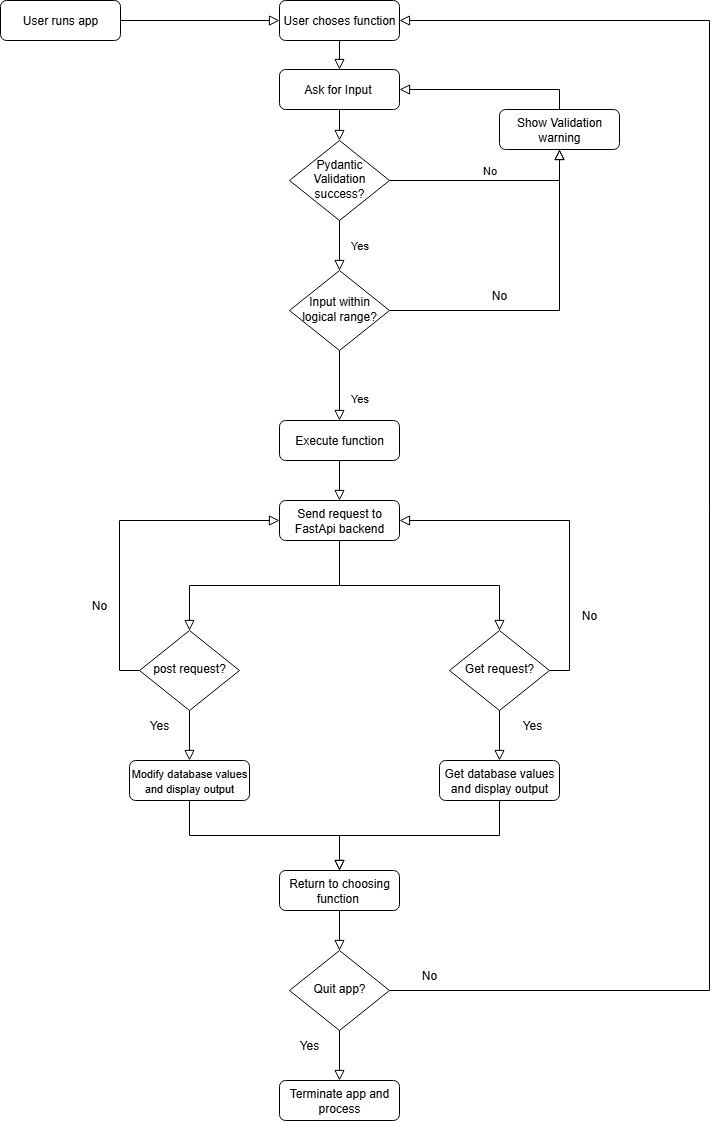
This is MINIASSIGNMENT.drawio.png from BOOBLYBOOPLE/ManagementAssignment, a draw.io export, as it was before one commit. Source tidied: cells renumbered, new cells last; positions are measured from the earlier drawing's top-left corner, leaving out a move shared by most shapes.
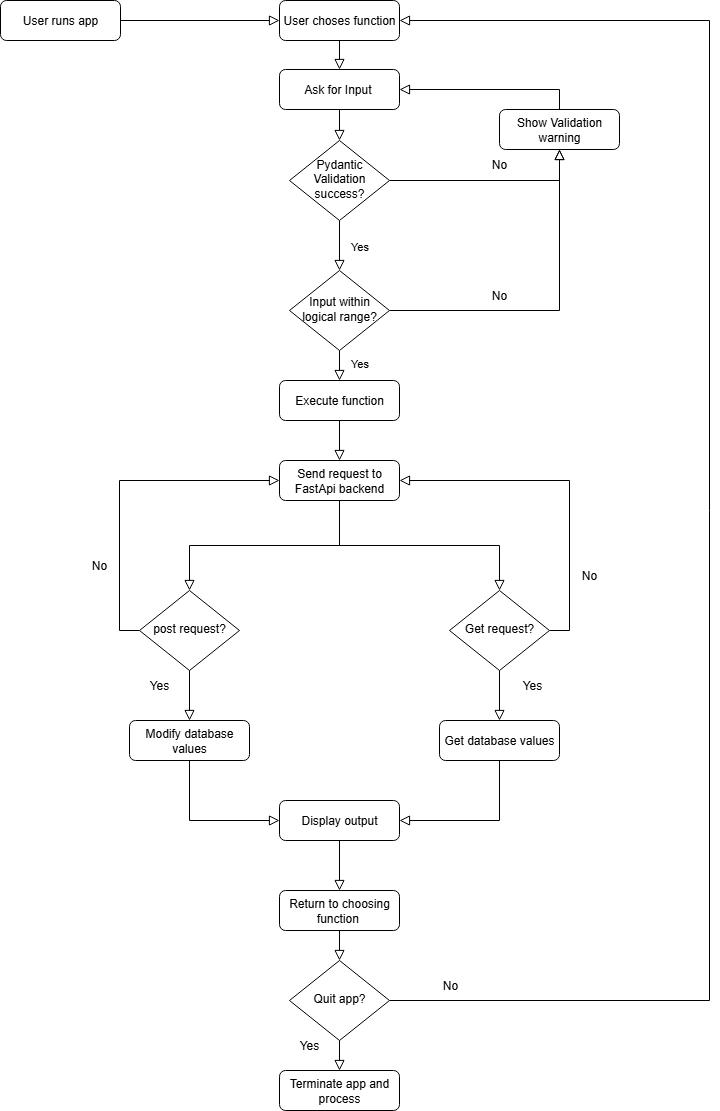
The same diagram one commit later.

What changed in the source:
```diff
@@ -3,19 +3,19 @@
     <mxCell id="0" />
     <mxCell id="1" parent="0" />
     <mxCell id="2" value="Ask for Input&amp;nbsp;" style="rounded=1;whiteSpace=wrap;html=1;fontSize=12;glass=0;strokeWidth=1;shadow=0;" parent="1" vertex="1">
-      <mxGeometry x="279" y="69" width="120" height="40" as="geometry" />
+      <mxGeometry x="288" y="88" width="120" height="40" as="geometry" />
     </mxCell>
     <mxCell id="3" value="Yes" style="rounded=0;html=1;jettySize=auto;fontSize=11;endArrow=block;endFill=0;endSize=8;strokeWidth=1;shadow=0;labelBackgroundColor=none;edgeStyle=orthogonalEdgeStyle;entryX=0.5;entryY=0;entryDx=0;entryDy=0;" parent="1" edge="1" source="5" target="9">
       <mxGeometry y="20" relative="1" as="geometry" />
     </mxCell>
-    <mxCell id="4" value="No" style="edgeStyle=orthogonalEdgeStyle;rounded=0;html=1;jettySize=auto;fontSize=11;endArrow=block;endFill=0;endSize=8;strokeWidth=1;shadow=0;labelBackgroundColor=none;entryX=0.5;entryY=1;entryDx=0;entryDy=0;" parent="1" edge="1" source="5" target="17">
+    <mxCell id="4" style="edgeStyle=orthogonalEdgeStyle;rounded=0;html=1;jettySize=auto;fontSize=11;endArrow=block;endFill=0;endSize=8;strokeWidth=1;shadow=0;labelBackgroundColor=none;entryX=0.5;entryY=1;entryDx=0;entryDy=0;" parent="1" edge="1" source="5" target="17">
       <mxGeometry y="10" relative="1" as="geometry" />
     </mxCell>
     <mxCell id="5" value="&lt;div&gt;Pydantic&lt;/div&gt;Validation success?" style="rhombus;whiteSpace=wrap;html=1;shadow=0;fontFamily=Helvetica;fontSize=12;align=center;strokeWidth=1;spacing=6;spacingTop=-4;" parent="1" vertex="1">
-      <mxGeometry x="289" y="140" width="100" height="80" as="geometry" />
+      <mxGeometry x="298" y="159" width="100" height="80" as="geometry" />
     </mxCell>
     <mxCell id="6" value="Send request to FastApi backend" style="rounded=1;whiteSpace=wrap;html=1;fontSize=12;glass=0;strokeWidth=1;shadow=0;" parent="1" vertex="1">
-      <mxGeometry x="279" y="500" width="120" height="40" as="geometry" />
+      <mxGeometry x="288" y="479" width="120" height="40" as="geometry" />
     </mxCell>
     <mxCell id="7" value="Yes" style="rounded=0;html=1;jettySize=auto;fontSize=11;endArrow=block;endFill=0;endSize=8;strokeWidth=1;shadow=0;labelBackgroundColor=none;edgeStyle=orthogonalEdgeStyle;" parent="1" edge="1" source="9" target="10">
       <mxGeometry x="0.33" y="20" relative="1" as="geometry" />
@@ -24,19 +24,19 @@
       <mxGeometry y="10" relative="1" as="geometry" />
     </mxCell>
     <mxCell id="9" value="Input within logical range?" style="rhombus;whiteSpace=wrap;html=1;shadow=0;fontFamily=Helvetica;fontSize=12;align=center;strokeWidth=1;spacing=6;spacingTop=-4;" parent="1" vertex="1">
-      <mxGeometry x="289" y="270" width="100" height="80" as="geometry" />
+      <mxGeometry x="298" y="289" width="100" height="80" as="geometry" />
     </mxCell>
     <mxCell id="10" value="Execute function" style="rounded=1;whiteSpace=wrap;html=1;fontSize=12;glass=0;strokeWidth=1;shadow=0;" parent="1" vertex="1">
-      <mxGeometry x="279" y="420" width="120" height="40" as="geometry" />
+      <mxGeometry x="288" y="399" width="120" height="40" as="geometry" />
     </mxCell>
-    <mxCell id="11" value="&lt;font style=&quot;font-size: 11px;&quot;&gt;Modify database values and display output&lt;/font&gt;" style="rounded=1;whiteSpace=wrap;html=1;fontSize=12;glass=0;strokeWidth=1;shadow=0;" parent="1" vertex="1">
-      <mxGeometry x="129" y="760" width="120" height="40" as="geometry" />
+    <mxCell id="11" value="&lt;font style=&quot;font-size: 12px;&quot;&gt;Modify database values&lt;/font&gt;" style="rounded=1;whiteSpace=wrap;html=1;fontSize=12;glass=0;strokeWidth=1;shadow=0;" parent="1" vertex="1">
+      <mxGeometry x="138" y="739" width="120" height="40" as="geometry" />
     </mxCell>
     <mxCell id="12" value="User choses function" style="rounded=1;whiteSpace=wrap;html=1;fontSize=12;glass=0;strokeWidth=1;shadow=0;" parent="1" vertex="1">
-      <mxGeometry x="279" width="120" height="40" as="geometry" />
+      <mxGeometry x="288" y="19" width="120" height="40" as="geometry" />
     </mxCell>
     <mxCell id="13" value="User runs app" style="rounded=1;whiteSpace=wrap;html=1;fontSize=12;glass=0;strokeWidth=1;shadow=0;" parent="1" vertex="1">
-      <mxGeometry width="120" height="40" as="geometry" />
+      <mxGeometry x="9" y="19" width="120" height="40" as="geometry" />
     </mxCell>
     <mxCell id="14" style="rounded=0;html=1;jettySize=auto;fontSize=11;endArrow=block;endFill=0;endSize=8;strokeWidth=1;shadow=0;labelBackgroundColor=none;edgeStyle=orthogonalEdgeStyle;exitX=1;exitY=0.5;exitDx=0;exitDy=0;" parent="1" edge="1" source="13" target="12">
       <mxGeometry relative="1" as="geometry" />
@@ -48,7 +48,7 @@
       <mxGeometry relative="1" as="geometry" />
     </mxCell>
     <mxCell id="17" value="Show Validation warning" style="rounded=1;whiteSpace=wrap;html=1;fontSize=12;glass=0;strokeWidth=1;shadow=0;" parent="1" vertex="1">
-      <mxGeometry x="499" y="109" width="120" height="40" as="geometry" />
+      <mxGeometry x="508" y="128" width="120" height="40" as="geometry" />
     </mxCell>
     <mxCell id="18" style="rounded=0;html=1;jettySize=auto;fontSize=11;endArrow=block;endFill=0;endSize=8;strokeWidth=1;shadow=0;labelBackgroundColor=none;edgeStyle=orthogonalEdgeStyle;exitX=0.5;exitY=0;exitDx=0;exitDy=0;entryX=1;entryY=0.5;entryDx=0;entryDy=0;" parent="1" edge="1" source="17" target="2">
       <mxGeometry relative="1" as="geometry" />
@@ -60,16 +60,16 @@
       <mxGeometry x="0.33" y="20" relative="1" as="geometry" />
     </mxCell>
     <mxCell id="21" value="post request?" style="rhombus;whiteSpace=wrap;html=1;shadow=0;fontFamily=Helvetica;fontSize=12;align=center;strokeWidth=1;spacing=6;spacingTop=-4;" parent="1" vertex="1">
-      <mxGeometry x="139" y="630" width="100" height="80" as="geometry" />
+      <mxGeometry x="148" y="609" width="100" height="80" as="geometry" />
     </mxCell>
     <mxCell id="22" value="Get request?" style="rhombus;whiteSpace=wrap;html=1;shadow=0;fontFamily=Helvetica;fontSize=12;align=center;strokeWidth=1;spacing=6;spacingTop=-4;" parent="1" vertex="1">
-      <mxGeometry x="449" y="630" width="100" height="80" as="geometry" />
+      <mxGeometry x="458" y="609" width="100" height="80" as="geometry" />
     </mxCell>
     <mxCell id="23" style="rounded=0;html=1;jettySize=auto;fontSize=11;endArrow=block;endFill=0;endSize=8;strokeWidth=1;shadow=0;labelBackgroundColor=none;edgeStyle=orthogonalEdgeStyle;exitX=0;exitY=0.5;exitDx=0;exitDy=0;entryX=0;entryY=0.5;entryDx=0;entryDy=0;" parent="1" edge="1" source="21" target="6">
       <mxGeometry x="0.33" y="20" relative="1" as="geometry" />
     </mxCell>
     <mxCell id="24" value="No" style="text;html=1;align=center;verticalAlign=middle;whiteSpace=wrap;rounded=0;" parent="1" vertex="1">
-      <mxGeometry x="69" y="590" width="60" height="30" as="geometry" />
+      <mxGeometry x="78" y="569" width="60" height="30" as="geometry" />
     </mxCell>
     <mxCell id="25" style="rounded=0;html=1;jettySize=auto;fontSize=11;endArrow=block;endFill=0;endSize=8;strokeWidth=1;shadow=0;labelBackgroundColor=none;edgeStyle=orthogonalEdgeStyle;exitX=0.5;exitY=1;exitDx=0;exitDy=0;entryX=0.5;entryY=0;entryDx=0;entryDy=0;" parent="1" edge="1" source="6" target="22">
       <mxGeometry x="0.33" y="20" relative="1" as="geometry" />
@@ -78,7 +78,7 @@
       <mxGeometry x="0.33" y="20" relative="1" as="geometry" />
     </mxCell>
     <mxCell id="27" value="No" style="text;html=1;align=center;verticalAlign=middle;whiteSpace=wrap;rounded=0;" parent="1" vertex="1">
-      <mxGeometry x="559" y="600" width="60" height="30" as="geometry" />
+      <mxGeometry x="568" y="579" width="60" height="30" as="geometry" />
     </mxCell>
     <mxCell id="28" style="rounded=0;html=1;jettySize=auto;fontSize=11;endArrow=block;endFill=0;endSize=8;strokeWidth=1;shadow=0;labelBackgroundColor=none;edgeStyle=orthogonalEdgeStyle;exitX=0.5;exitY=1;exitDx=0;exitDy=0;entryX=0.5;entryY=0;entryDx=0;entryDy=0;" parent="1" edge="1" source="21" target="11">
       <mxGeometry x="0.33" y="20" relative="1" as="geometry" />
@@ -86,52 +86,61 @@
     <mxCell id="29" style="rounded=0;html=1;jettySize=auto;fontSize=11;endArrow=block;endFill=0;endSize=8;strokeWidth=1;shadow=0;labelBackgroundColor=none;edgeStyle=orthogonalEdgeStyle;exitX=0.5;exitY=1;exitDx=0;exitDy=0;entryX=0.5;entryY=0;entryDx=0;entryDy=0;" parent="1" edge="1" source="22" target="30">
       <mxGeometry x="0.33" y="20" relative="1" as="geometry" />
     </mxCell>
-    <mxCell id="30" value="Get database values and display output" style="rounded=1;whiteSpace=wrap;html=1;fontSize=12;glass=0;strokeWidth=1;shadow=0;" parent="1" vertex="1">
-      <mxGeometry x="439" y="760" width="120" height="40" as="geometry" />
+    <mxCell id="30" value="Get database values" style="rounded=1;whiteSpace=wrap;html=1;fontSize=12;glass=0;strokeWidth=1;shadow=0;" parent="1" vertex="1">
+      <mxGeometry x="448" y="739" width="120" height="40" as="geometry" />
     </mxCell>
     <mxCell id="31" value="Return to choosing function&amp;nbsp;" style="rounded=1;whiteSpace=wrap;html=1;fontSize=12;glass=0;strokeWidth=1;shadow=0;" parent="1" vertex="1">
-      <mxGeometry x="279" y="870" width="120" height="40" as="geometry" />
+      <mxGeometry x="288" y="909" width="120" height="40" as="geometry" />
     </mxCell>
-    <mxCell id="32" style="rounded=0;html=1;jettySize=auto;fontSize=11;endArrow=block;endFill=0;endSize=8;strokeWidth=1;shadow=0;labelBackgroundColor=none;edgeStyle=orthogonalEdgeStyle;exitX=0.5;exitY=1;exitDx=0;exitDy=0;entryX=0.5;entryY=0;entryDx=0;entryDy=0;" parent="1" edge="1" source="11" target="31">
+    <mxCell id="32" style="rounded=0;html=1;jettySize=auto;fontSize=11;endArrow=block;endFill=0;endSize=8;strokeWidth=1;shadow=0;labelBackgroundColor=none;edgeStyle=orthogonalEdgeStyle;exitX=0.5;exitY=1;exitDx=0;exitDy=0;entryX=0;entryY=0.5;entryDx=0;entryDy=0;" parent="1" edge="1" source="11" target="44">
       <mxGeometry x="0.33" y="20" relative="1" as="geometry" />
     </mxCell>
-    <mxCell id="33" style="rounded=0;html=1;jettySize=auto;fontSize=11;endArrow=block;endFill=0;endSize=8;strokeWidth=1;shadow=0;labelBackgroundColor=none;edgeStyle=orthogonalEdgeStyle;exitX=0.5;exitY=1;exitDx=0;exitDy=0;entryX=0.5;entryY=0;entryDx=0;entryDy=0;" parent="1" edge="1" source="30" target="31">
+    <mxCell id="33" style="rounded=0;html=1;jettySize=auto;fontSize=11;endArrow=block;endFill=0;endSize=8;strokeWidth=1;shadow=0;labelBackgroundColor=none;edgeStyle=orthogonalEdgeStyle;exitX=0.5;exitY=1;exitDx=0;exitDy=0;entryX=1;entryY=0.5;entryDx=0;entryDy=0;" parent="1" edge="1" source="30" target="44">
       <mxGeometry x="0.33" y="20" relative="1" as="geometry" />
     </mxCell>
     <mxCell id="34" value="Quit app?" style="rhombus;whiteSpace=wrap;html=1;shadow=0;fontFamily=Helvetica;fontSize=12;align=center;strokeWidth=1;spacing=6;spacingTop=-4;" parent="1" vertex="1">
-      <mxGeometry x="289" y="950" width="100" height="80" as="geometry" />
+      <mxGeometry x="298" y="979" width="100" height="80" as="geometry" />
     </mxCell>
     <mxCell id="35" style="rounded=0;html=1;jettySize=auto;fontSize=11;endArrow=block;endFill=0;endSize=8;strokeWidth=1;shadow=0;labelBackgroundColor=none;edgeStyle=orthogonalEdgeStyle;exitX=0.5;exitY=1;exitDx=0;exitDy=0;entryX=0.5;entryY=0;entryDx=0;entryDy=0;" parent="1" edge="1" source="31" target="34">
       <mxGeometry x="0.33" y="20" relative="1" as="geometry" />
     </mxCell>
     <mxCell id="36" value="Terminate app and process" style="rounded=1;whiteSpace=wrap;html=1;fontSize=12;glass=0;strokeWidth=1;shadow=0;" parent="1" vertex="1">
-      <mxGeometry x="279" y="1080" width="120" height="40" as="geometry" />
+      <mxGeometry x="288" y="1089" width="120" height="40" as="geometry" />
     </mxCell>
     <mxCell id="37" style="rounded=0;html=1;jettySize=auto;fontSize=11;endArrow=block;endFill=0;endSize=8;strokeWidth=1;shadow=0;labelBackgroundColor=none;edgeStyle=orthogonalEdgeStyle;exitX=0.5;exitY=1;exitDx=0;exitDy=0;entryX=0.5;entryY=0;entryDx=0;entryDy=0;" parent="1" edge="1" source="34" target="36">
       <mxGeometry x="0.33" y="20" relative="1" as="geometry" />
     </mxCell>
     <mxCell id="38" value="Yes" style="text;html=1;align=center;verticalAlign=middle;whiteSpace=wrap;rounded=0;" parent="1" vertex="1">
-      <mxGeometry x="502" y="710" width="60" height="30" as="geometry" />
+      <mxGeometry x="511" y="689" width="60" height="30" as="geometry" />
     </mxCell>
     <mxCell id="39" value="Yes" style="text;html=1;align=center;verticalAlign=middle;whiteSpace=wrap;rounded=0;" parent="1" vertex="1">
-      <mxGeometry x="129" y="710" width="60" height="30" as="geometry" />
+      <mxGeometry x="138" y="689" width="60" height="30" as="geometry" />
     </mxCell>
     <mxCell id="40" value="Yes" style="text;html=1;align=center;verticalAlign=middle;whiteSpace=wrap;rounded=0;" parent="1" vertex="1">
-      <mxGeometry x="279" y="1030" width="60" height="30" as="geometry" />
+      <mxGeometry x="288" y="1049" width="60" height="30" as="geometry" />
     </mxCell>
     <mxCell id="41" style="rounded=0;html=1;jettySize=auto;fontSize=11;endArrow=block;endFill=0;endSize=8;strokeWidth=1;shadow=0;labelBackgroundColor=none;edgeStyle=orthogonalEdgeStyle;exitX=1;exitY=0.5;exitDx=0;exitDy=0;entryX=1;entryY=0.5;entryDx=0;entryDy=0;" parent="1" edge="1" source="34" target="12">
       <mxGeometry x="0.33" y="20" relative="1" as="geometry">
         <Array as="points">
-          <mxPoint x="709" y="990" />
-          <mxPoint x="709" y="20" />
+          <mxPoint x="718" y="1019" />
+          <mxPoint x="718" y="39" />
         </Array>
       </mxGeometry>
     </mxCell>
     <mxCell id="42" value="No" style="text;html=1;align=center;verticalAlign=middle;whiteSpace=wrap;rounded=0;" parent="1" vertex="1">
-      <mxGeometry x="399" y="960" width="60" height="30" as="geometry" />
+      <mxGeometry x="429" y="989" width="60" height="30" as="geometry" />
     </mxCell>
     <mxCell id="43" value="No" style="text;html=1;align=center;verticalAlign=middle;whiteSpace=wrap;rounded=0;" parent="1" vertex="1">
-      <mxGeometry x="469" y="280" width="60" height="30" as="geometry" />
+      <mxGeometry x="478" y="299" width="60" height="30" as="geometry" />
     </mxCell>
+    <mxCell id="44" value="Display output" style="rounded=1;whiteSpace=wrap;html=1;fontSize=12;glass=0;strokeWidth=1;shadow=0;" parent="1" vertex="1">
+      <mxGeometry x="288" y="819" width="120" height="40" as="geometry" />
+    </mxCell>
+    <mxCell id="45" style="rounded=0;html=1;jettySize=auto;fontSize=11;endArrow=block;endFill=0;endSize=8;strokeWidth=1;shadow=0;labelBackgroundColor=none;edgeStyle=orthogonalEdgeStyle;exitX=0.5;exitY=1;exitDx=0;exitDy=0;entryX=0.5;entryY=0;entryDx=0;entryDy=0;" parent="1" edge="1" source="44" target="31">
+      <mxGeometry x="0.33" y="20" relative="1" as="geometry" />
+    </mxCell>
+    <mxCell id="46" value="No" style="text;html=1;align=center;verticalAlign=middle;whiteSpace=wrap;rounded=0;" parent="1" vertex="1">
+      <mxGeometry x="478" y="168" width="60" height="30" as="geometry" />
+    </mxCell>
   </root>
 </mxGraphModel>
```
